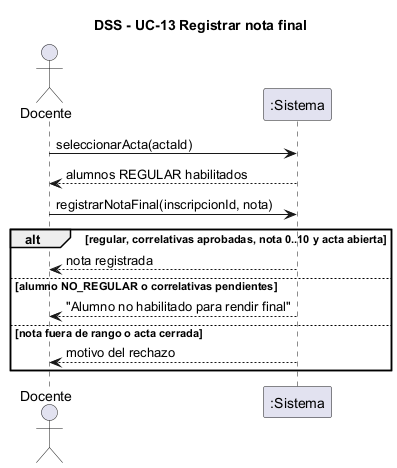
The PlantUML diagram document/diagramas/dss-registrar-nota-final.png in ISMAELALTHENOFER/BACKOFFICE-ACADEMICO-ITEC-N-1, before a commit. Its diagram source:
```plantuml
@startuml dss-registrar-nota-final
skinparam shadowing false
title DSS - UC-13 Registrar nota final
actor "Docente" as U
participant ":Sistema" as S
U -> S : seleccionarActa(actaId)
S --> U : alumnos REGULAR habilitados
U -> S : registrarNotaFinal(inscripcionId, nota)
alt regular, correlativas aprobadas, nota 0..10 y acta abierta
  S --> U : nota registrada
else alumno NO_REGULAR o correlativas pendientes
  S --> U : "Alumno no habilitado para rendir final"
else nota fuera de rango o acta cerrada
  S --> U : motivo del rechazo
end
@enduml
```
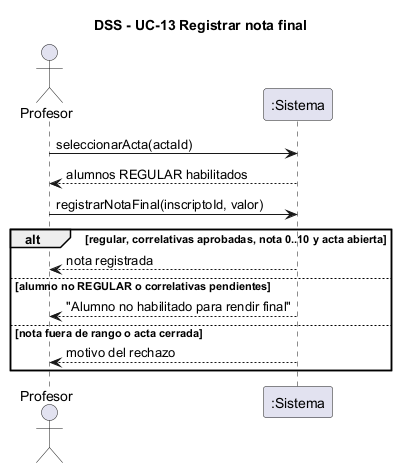
The same diagram one commit later.

The edit, as a diff of the source:
```diff
@@ -1,14 +1,14 @@
 @startuml dss-registrar-nota-final
 skinparam shadowing false
 title DSS - UC-13 Registrar nota final
-actor "Docente" as U
+actor "Profesor" as U
 participant ":Sistema" as S
 U -> S : seleccionarActa(actaId)
 S --> U : alumnos REGULAR habilitados
-U -> S : registrarNotaFinal(inscripcionId, nota)
+U -> S : registrarNotaFinal(inscriptoId, valor)
 alt regular, correlativas aprobadas, nota 0..10 y acta abierta
   S --> U : nota registrada
-else alumno NO_REGULAR o correlativas pendientes
+else alumno no REGULAR o correlativas pendientes
   S --> U : "Alumno no habilitado para rendir final"
 else nota fuera de rango o acta cerrada
   S --> U : motivo del rechazo
```
